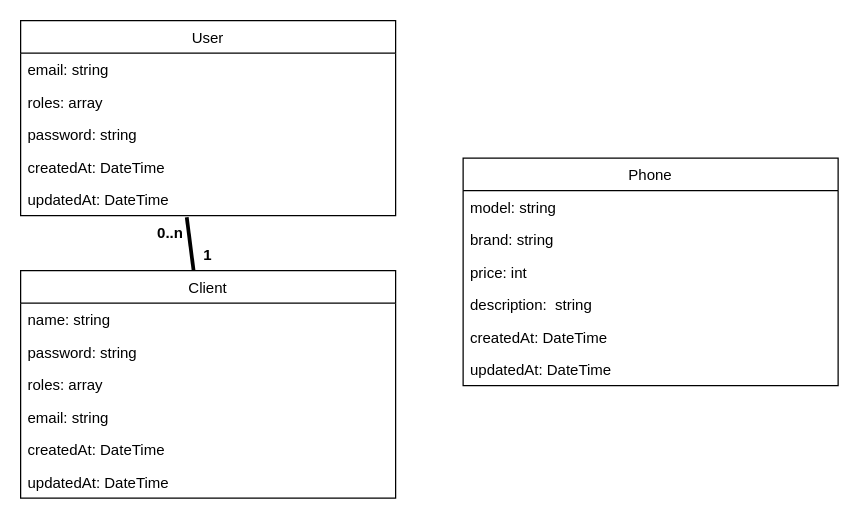
Before: public/UML/class_diagram.drawio in Tony-marques/P7_bilemo, a draw.io diagram. Source tidied: cells renumbered, new cells numbered last; positions are measured from the earlier drawing's top-left corner, leaving out a move shared by most shapes. Both pictures are drawn from the tidied source at 125%, with x=0, y=0 at pixel (20, 20).
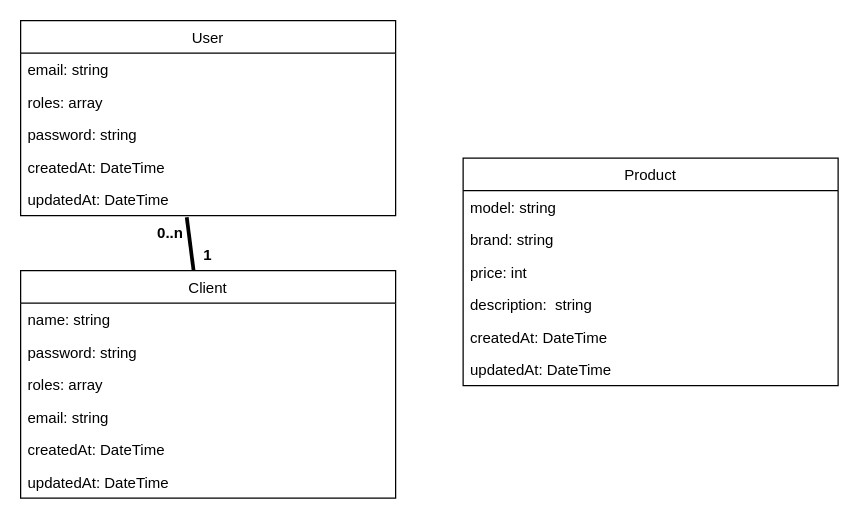
After the change.

What changed in the source:
```diff
@@
-    <mxCell id="8" value="Phone" style="swimlane;fontStyle=0;horizontal=1;startSize=26;fillColor=none;" parent="1" vertex="1">
+    <mxCell id="8" value="Product" style="swimlane;fontStyle=0;horizontal=1;startSize=26;fillColor=none;" parent="1" vertex="1">
       <mxGeometry x="354" y="110" width="300" height="182" as="geometry" />
     </mxCell>
```
